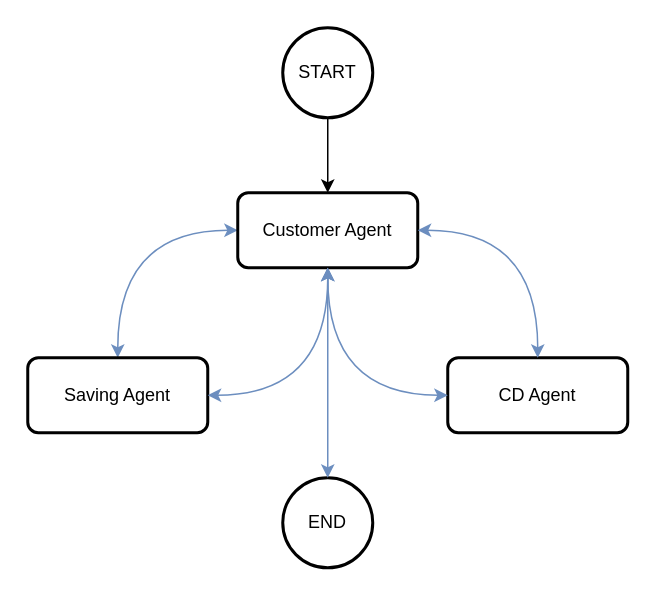
Before: diagram.png.drawio in dennisseah/langgraph-supervisor, a draw.io diagram. Source tidied: cells renumbered, new cells numbered last; positions are measured from the earlier drawing's top-left corner, leaving out a move shared by most shapes. Both pictures are drawn from the tidied source at 150%, with x=0, y=0 at pixel (27, 27).
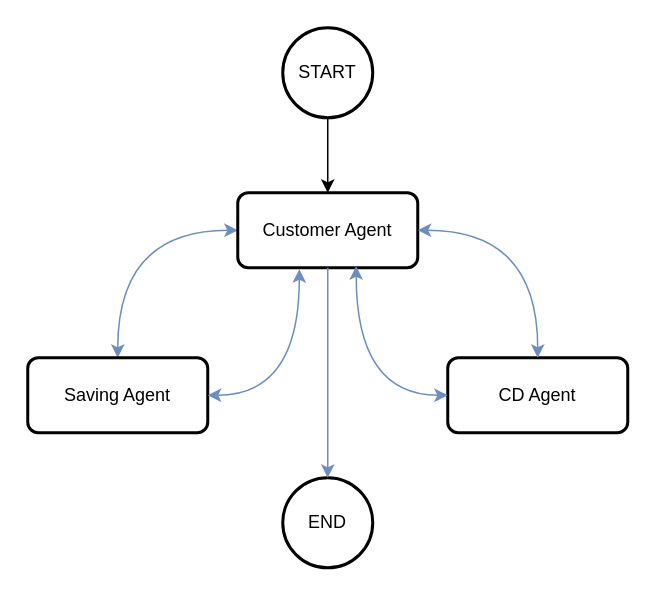
Above is the later version.

What changed in the source:
```diff
@@
 <mxGraphModel>
   <root>
     <mxCell id="0" />
     <mxCell id="1" parent="0" />
     <mxCell id="2" style="edgeStyle=none;html=1;exitX=0.5;exitY=1;exitDx=0;exitDy=0;exitPerimeter=0;entryX=0.5;entryY=0;entryDx=0;entryDy=0;" parent="1" edge="1" source="3" target="6">
       <mxGeometry relative="1" as="geometry" />
     </mxCell>
     <mxCell id="3" value="START" style="strokeWidth=2;html=1;shape=mxgraph.flowchart.start_2;whiteSpace=wrap;" parent="1" vertex="1">
       <mxGeometry x="170" width="60" height="60" as="geometry" />
     </mxCell>
     <mxCell id="4" value="END" style="strokeWidth=2;html=1;shape=mxgraph.flowchart.start_2;whiteSpace=wrap;" parent="1" vertex="1">
       <mxGeometry x="170" y="300" width="60" height="60" as="geometry" />
     </mxCell>
     <mxCell id="5" style="html=1;exitX=0;exitY=0.5;exitDx=0;exitDy=0;entryX=0.5;entryY=0;entryDx=0;entryDy=0;startArrow=classic;startFill=1;fillColor=#dae8fc;strokeColor=#6c8ebf;edgeStyle=orthogonalEdgeStyle;curved=1;" parent="1" edge="1" source="6" target="7">
       <mxGeometry relative="1" as="geometry" />
     </mxCell>
     <mxCell id="6" value="Customer Agent" style="rounded=1;whiteSpace=wrap;html=1;absoluteArcSize=1;arcSize=14;strokeWidth=2;" parent="1" vertex="1">
       <mxGeometry x="140" y="110" width="120" height="50" as="geometry" />
     </mxCell>
     <mxCell id="7" value="Saving Agent" style="rounded=1;whiteSpace=wrap;html=1;absoluteArcSize=1;arcSize=14;strokeWidth=2;" parent="1" vertex="1">
       <mxGeometry y="220" width="120" height="50" as="geometry" />
     </mxCell>
     <mxCell id="8" value="CD Agent" style="rounded=1;whiteSpace=wrap;html=1;absoluteArcSize=1;arcSize=14;strokeWidth=2;" parent="1" vertex="1">
       <mxGeometry x="280" y="220" width="120" height="50" as="geometry" />
     </mxCell>
-    <mxCell id="9" style="html=1;exitX=0.5;exitY=1;exitDx=0;exitDy=0;entryX=1;entryY=0.5;entryDx=0;entryDy=0;startArrow=classic;startFill=1;fillColor=#dae8fc;strokeColor=#6c8ebf;edgeStyle=orthogonalEdgeStyle;curved=1;" parent="1" edge="1" source="6" target="7">
+    <mxCell id="9" style="html=1;exitX=0.342;exitY=1.02;exitDx=0;exitDy=0;entryX=1;entryY=0.5;entryDx=0;entryDy=0;startArrow=classic;startFill=1;fillColor=#dae8fc;strokeColor=#6c8ebf;edgeStyle=orthogonalEdgeStyle;curved=1;exitPerimeter=0;" parent="1" edge="1" source="6" target="7">
       <mxGeometry relative="1" as="geometry" />
     </mxCell>
     <mxCell id="10" style="html=1;entryX=0.5;entryY=0;entryDx=0;entryDy=0;startArrow=classic;startFill=1;fillColor=#dae8fc;strokeColor=#6c8ebf;edgeStyle=orthogonalEdgeStyle;curved=1;exitX=1;exitY=0.5;exitDx=0;exitDy=0;" parent="1" edge="1" source="6" target="8">
       <mxGeometry relative="1" as="geometry" />
     </mxCell>
-    <mxCell id="11" style="html=1;exitX=0.5;exitY=1;exitDx=0;exitDy=0;entryX=0;entryY=0.5;entryDx=0;entryDy=0;startArrow=classic;startFill=1;fillColor=#dae8fc;strokeColor=#6c8ebf;edgeStyle=orthogonalEdgeStyle;curved=1;" parent="1" edge="1" source="6" target="8">
+    <mxCell id="11" style="html=1;exitX=0.658;exitY=0.98;exitDx=0;exitDy=0;entryX=0;entryY=0.5;entryDx=0;entryDy=0;startArrow=classic;startFill=1;fillColor=#dae8fc;strokeColor=#6c8ebf;edgeStyle=orthogonalEdgeStyle;curved=1;exitPerimeter=0;" parent="1" edge="1" source="6" target="8">
       <mxGeometry relative="1" as="geometry" />
     </mxCell>
-    <mxCell id="12" style="html=1;entryX=0.5;entryY=0;entryDx=0;entryDy=0;startArrow=classic;startFill=1;fillColor=#dae8fc;strokeColor=#6c8ebf;entryPerimeter=0;" parent="1" edge="1" target="4">
+    <mxCell id="12" style="html=1;entryX=0.5;entryY=0;entryDx=0;entryDy=0;startArrow=none;startFill=0;fillColor=#dae8fc;strokeColor=#6c8ebf;entryPerimeter=0;" parent="1" edge="1" target="4">
       <mxGeometry relative="1" as="geometry">
         <mxPoint x="200" y="160" as="sourcePoint" />
       </mxGeometry>
     </mxCell>
   </root>
 </mxGraphModel>
```
